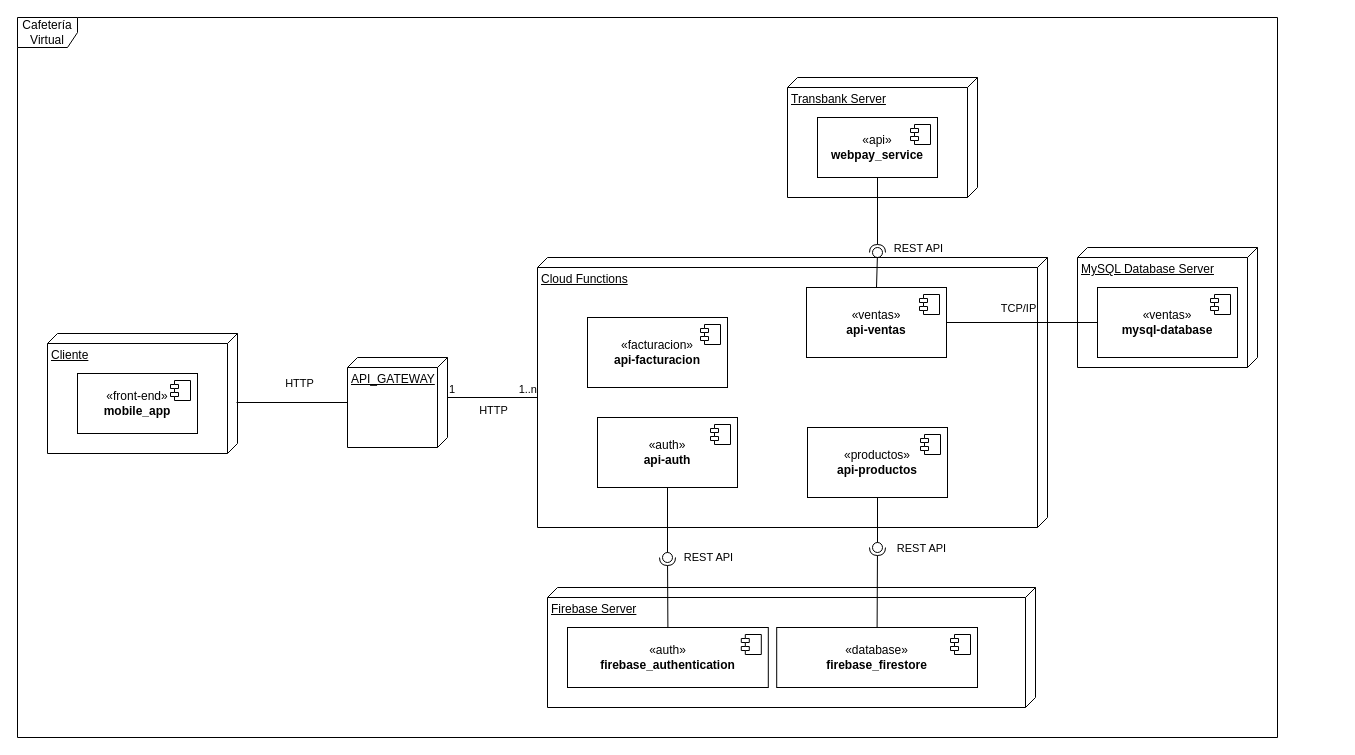
Above: deployment.drawio in TSYF/Docs_Cafeteria_Virtual (draw.io), before the change. Source tidied: cells renumbered, new cells numbered last; positions are measured from the earlier drawing's top-left corner, leaving out a move shared by most shapes. Both pictures are drawn from the tidied source at 100%, with x=0, y=0 at pixel (17, 17).
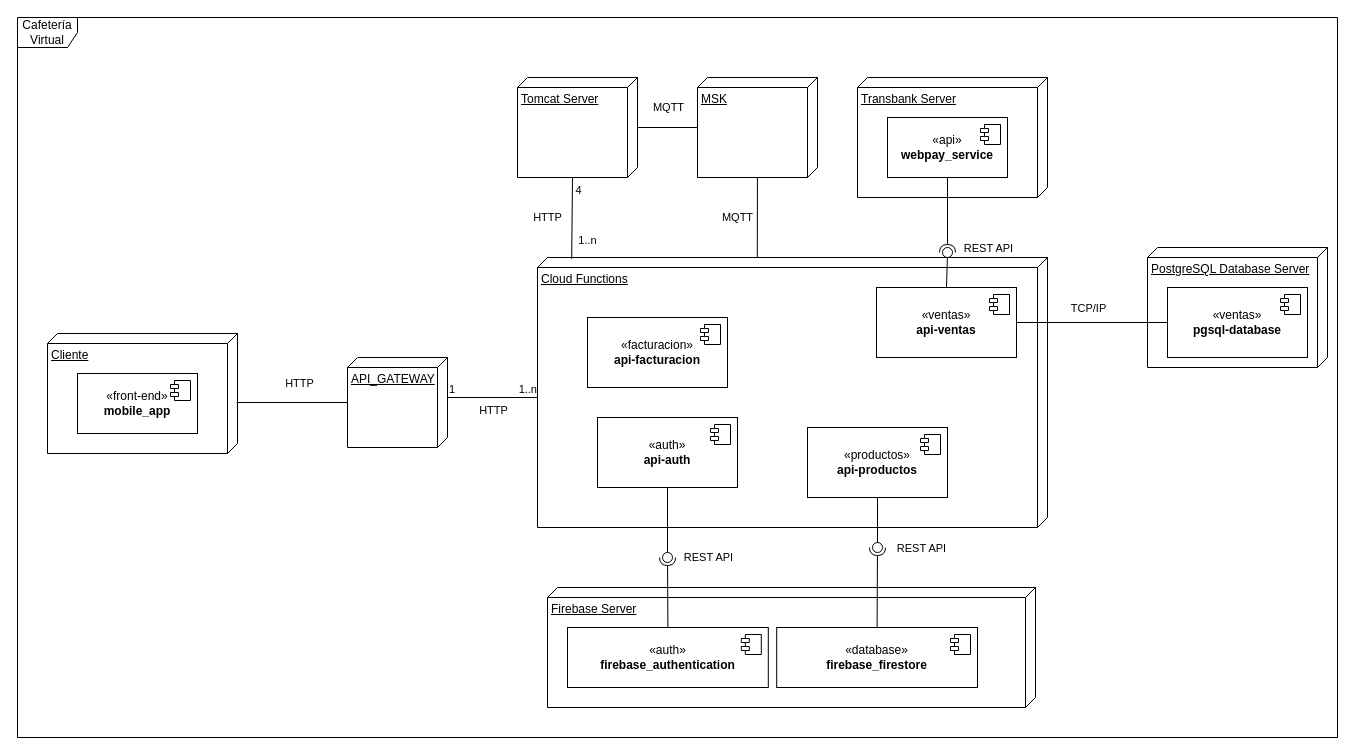
The same diagram, later.

Commit message (it also covers changes not shown here):
deployment tomcat + msk

The change refers to these unchanged cells:
```xml
<mxCell id="16" value="&lt;div&gt;«api»&lt;/div&gt;&lt;div&gt;&lt;b&gt;webpay_service&lt;/b&gt;&lt;/div&gt;" style="html=1;whiteSpace=wrap;" parent="14" vertex="1">
  <mxGeometry x="30" y="40" width="120" height="60" as="geometry" />
</mxCell>
<mxCell id="22" value="Cloud Functions" style="verticalAlign=top;align=left;spacingTop=8;spacingLeft=2;spacingRight=12;shape=cube;size=10;direction=south;fontStyle=4;html=1;whiteSpace=wrap;" parent="1" vertex="1">
  <mxGeometry x="520" y="240" width="510" height="270" as="geometry" />
</mxCell>
```

Diff of the diagram source:
```diff
@@
     <mxCell id="2" value="Cafetería Virtual" style="shape=umlFrame;whiteSpace=wrap;html=1;" parent="1" vertex="1">
-      <mxGeometry width="1260" height="720" as="geometry" />
+      <mxGeometry width="1320" height="720" as="geometry" />
     </mxCell>
@@
     <mxCell id="14" style="group;" parent="1" vertex="1">
-      <mxGeometry x="770" y="60" width="190" height="120" as="geometry" />
+      <mxGeometry x="840" y="60" width="190" height="120" as="geometry" />
     </mxCell>
@@
     <mxCell id="20" style="rounded=0;jettySize=auto;html=1;endArrow=halfCircle;endFill=0;endSize=6;strokeWidth=1;sketch=0;exitX=0.5;exitY=1;exitDx=0;exitDy=0;" parent="1" edge="1" source="16">
       <mxGeometry relative="1" as="geometry">
-        <mxPoint x="860" y="235" as="targetPoint" />
+        <mxPoint x="930" y="235" as="targetPoint" />
       </mxGeometry>
     </mxCell>
@@
     <mxCell id="37" value="&lt;div&gt;«ventas»&lt;/div&gt;&lt;div&gt;&lt;b&gt;api-ventas&lt;/b&gt;&lt;/div&gt;" style="html=1;whiteSpace=wrap;" parent="1" vertex="1">
-      <mxGeometry x="789" y="270" width="140" height="70" as="geometry" />
+      <mxGeometry x="859" y="270" width="140" height="70" as="geometry" />
     </mxCell>
@@
     <mxCell id="39" style="rounded=0;jettySize=auto;html=1;endArrow=oval;endFill=0;sketch=0;sourcePerimeterSpacing=0;targetPerimeterSpacing=0;endSize=10;exitX=0.5;exitY=0;exitDx=0;exitDy=0;" parent="1" edge="1" source="37">
       <mxGeometry relative="1" as="geometry">
-        <mxPoint x="860" y="235" as="targetPoint" />
+        <mxPoint x="930" y="235" as="targetPoint" />
       </mxGeometry>
     </mxCell>
-    <mxCell id="40" value="MySQL Database Server" style="verticalAlign=top;align=left;spacingTop=8;spacingLeft=2;spacingRight=12;shape=cube;size=10;direction=south;fontStyle=4;html=1;whiteSpace=wrap;" parent="1" vertex="1">
-      <mxGeometry x="1060" y="230" width="180" height="120" as="geometry" />
+    <mxCell id="40" value="PostgreSQL Database Server" style="verticalAlign=top;align=left;spacingTop=8;spacingLeft=2;spacingRight=12;shape=cube;size=10;direction=south;fontStyle=4;html=1;whiteSpace=wrap;" parent="1" vertex="1">
+      <mxGeometry x="1130" y="230" width="180" height="120" as="geometry" />
     </mxCell>
-    <mxCell id="41" value="&lt;div&gt;«ventas»&lt;/div&gt;&lt;div&gt;&lt;b&gt;mysql-database&lt;/b&gt;&lt;/div&gt;" style="html=1;whiteSpace=wrap;" parent="1" vertex="1">
-      <mxGeometry x="1080" y="270" width="140" height="70" as="geometry" />
+    <mxCell id="41" value="&lt;div&gt;«ventas»&lt;/div&gt;&lt;div&gt;&lt;b style=&quot;background-color: initial;&quot;&gt;pgsql-database&lt;/b&gt;&lt;/div&gt;" style="html=1;whiteSpace=wrap;" parent="1" vertex="1">
+      <mxGeometry x="1150" y="270" width="140" height="70" as="geometry" />
     </mxCell>
@@
+    <mxCell id="49" value="HTTP" style="edgeStyle=none;html=1;entryX=0;entryY=0;entryDx=100;entryDy=65;entryPerimeter=0;exitX=0.005;exitY=0.933;exitDx=0;exitDy=0;exitPerimeter=0;endArrow=none;endFill=0;" parent="1" edge="1" source="22" target="53">
+      <mxGeometry x="0.01" y="25" relative="1" as="geometry" />
+    </mxCell>
+    <mxCell id="50" value="4" style="edgeLabel;html=1;align=center;verticalAlign=middle;" parent="49" vertex="1">
+      <mxGeometry x="0.59" y="-1" relative="1" as="geometry">
+        <mxPoint x="5" y="-4" as="offset" />
+      </mxGeometry>
+    </mxCell>
+    <mxCell id="51" value="1..n" style="edgeLabel;html=1;align=center;verticalAlign=middle;" parent="49" vertex="1">
+      <mxGeometry x="0.59" y="3" relative="1" as="geometry">
+        <mxPoint x="18" y="46" as="offset" />
+      </mxGeometry>
+    </mxCell>
+    <mxCell id="52" style="group;" parent="1" vertex="1">
+      <mxGeometry x="500" y="20" width="120" height="140" as="geometry" />
+    </mxCell>
+    <mxCell id="53" value="Tomcat Server" style="verticalAlign=top;align=left;spacingTop=8;spacingLeft=2;spacingRight=12;shape=cube;size=10;direction=south;fontStyle=4;html=1;whiteSpace=wrap;" parent="52" vertex="1">
+      <mxGeometry y="40" width="120" height="100" as="geometry" />
+    </mxCell>
+    <mxCell id="54" style="group;" parent="1" vertex="1">
+      <mxGeometry x="680" y="20" width="120" height="140" as="geometry" />
+    </mxCell>
+    <mxCell id="55" value="MSK" style="verticalAlign=top;align=left;spacingTop=8;spacingLeft=2;spacingRight=12;shape=cube;size=10;direction=south;fontStyle=4;html=1;whiteSpace=wrap;" parent="54" vertex="1">
+      <mxGeometry y="40" width="120" height="100" as="geometry" />
+    </mxCell>
+    <mxCell id="56" style="edgeStyle=none;html=1;endArrow=none;endFill=0;entryX=0;entryY=0.569;entryDx=0;entryDy=0;entryPerimeter=0;" parent="1" edge="1" source="55" target="22">
+      <mxGeometry relative="1" as="geometry" />
+    </mxCell>
+    <mxCell id="57" value="MQTT" style="edgeLabel;html=1;align=center;verticalAlign=middle;" parent="56" vertex="1">
+      <mxGeometry x="-0.41" y="-1" relative="1" as="geometry">
+        <mxPoint x="-19" y="16" as="offset" />
+      </mxGeometry>
+    </mxCell>
+    <mxCell id="58" value="MQTT" style="edgeStyle=none;html=1;endArrow=none;endFill=0;" parent="1" edge="1" source="55" target="53">
+      <mxGeometry y="-20" relative="1" as="geometry">
+        <mxPoint x="1" as="offset" />
+      </mxGeometry>
+    </mxCell>
```
